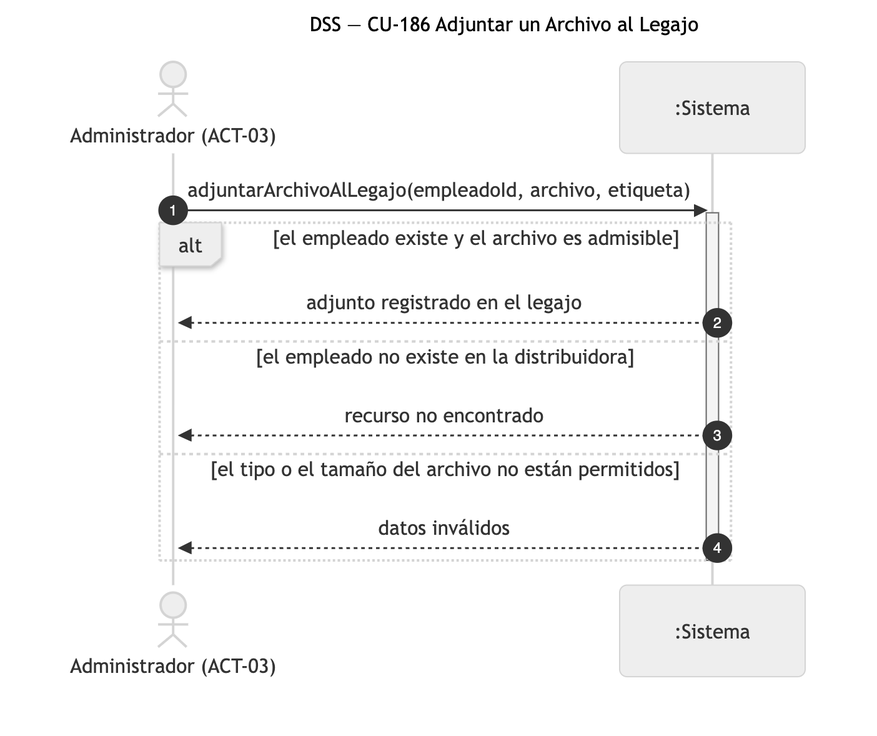
Nahuelito-Dev/splg-docs keeps this Mermaid diagram as diagramas/png/DSS_CU-186_Adjuntar-un-Archivo-al-Legajo.png. Above is the earlier version. Its source is kept beside it as diagramas/DSS_CU-186_Adjuntar-un-Archivo-al-Legajo.mmd. Source of this version:
```mermaid
sequenceDiagram
    title DSS — CU-186 Adjuntar un Archivo al Legajo
    autonumber
    actor ADM as Administrador (ACT-03)
    participant SIS as :Sistema

    ADM->>SIS: adjuntarArchivoAlLegajo(empleadoId, archivo, etiqueta)
    activate SIS
    alt el empleado existe y el archivo es admisible
        SIS-->>ADM: adjunto registrado en el legajo
    else el empleado no existe en la distribuidora
        SIS-->>ADM: recurso no encontrado
    else el tipo o el tamaño del archivo no están permitidos
        SIS-->>ADM: datos inválidos
    end
    deactivate SIS
```
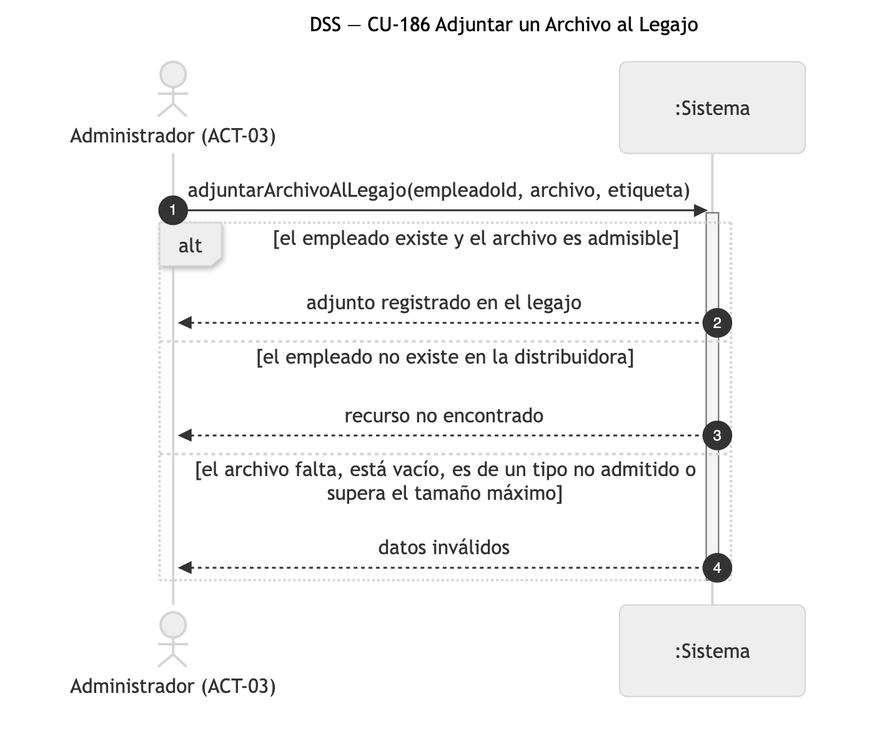
After the change.

What changed in the source:
```diff
@@ -10,7 +10,7 @@
         SIS-->>ADM: adjunto registrado en el legajo
     else el empleado no existe en la distribuidora
         SIS-->>ADM: recurso no encontrado
-    else el tipo o el tamaño del archivo no están permitidos
+    else el archivo falta, está vacío, es de un tipo no admitido o supera el tamaño máximo
         SIS-->>ADM: datos inválidos
     end
     deactivate SIS
```
